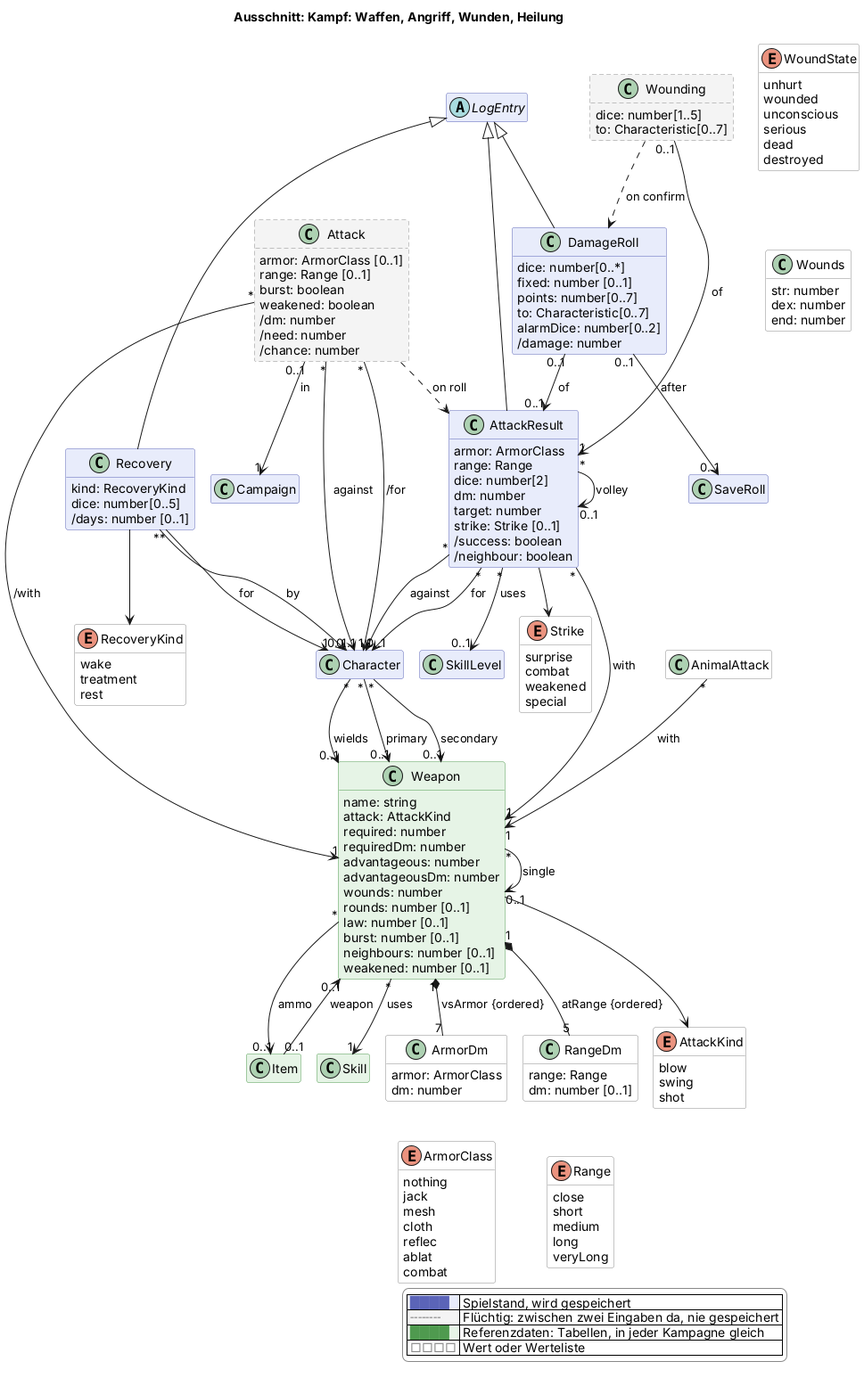
Earlier version of the PlantUML export docs/views/kampf.png (scuzzar/SRE). The source it was exported from:
```plantuml
@startuml
!if %not(%variable_exists("$change"))
!$change = "*"
!endif
!function $marked($c)
!return $change == "*" || $change == $c
!endfunction
!function $new($c, $t)
!if $marked($c)
!return "<color:#d0021b><b>" + $t + "</b></color>"
!endif
!return $t
!endfunction
!procedure $gone($c, $t)
!if $marked($c)
<color:#d0021b><s>$t</s></color>
!endif
!endprocedure
!function $newClass($c)
!if $marked($c)
!return "#line:d0021b;line.bold"
!endif
!return ""
!endfunction
!function $newArrow($c)
!if $marked($c)
!return "[#d0021b,bold]"
!endif
!return ""
!endfunction
!function $goneArrow($c)
!if $marked($c)
!return "[#d0021b,dashed]"
!endif
!return ""
!endfunction
!pragma layout smetana
title Ausschnitt: Kampf: Waffen, Angriff, Wunden, Heilung
hide empty members
hide methods
skinparam classAttributeIconSize 0
skinparam shadowing false
skinparam packageStyle rectangle
skinparam class {
  BackgroundColor #e8ecfb
  BorderColor #5b64b8
  BackgroundColor<<transient>> #f4f4f4
  BorderColor<<transient>> #8a8a8a
  BackgroundColor<<reference>> #e6f4e6
  BorderColor<<reference>> #4f9a4f
  BackgroundColor<<value>> #ffffff
  BorderColor<<value>> #8a8a8a
}
skinparam legendBackgroundColor #ffffff
skinparam legendBorderColor #8a8a8a
<style>
classDiagram {
  class {
    .transient {
      LineStyle 5-3
    }
  }
}
</style>
hide <<transient>> stereotype
hide <<reference>> stereotype
hide <<value>> stereotype

  class Campaign $kampagne
  class Character $charakter
  class SkillLevel $charakter



  abstract class LogEntry $probe
  class SaveRoll $begegnung


  class Attack <<transient>> $kampf {
    armor: ArmorClass [0..1]
    range: Range [0..1]
    burst: boolean
    weakened: boolean
    /dm: number
    /need: number
    /chance: number
  }
  class AttackResult $kampf {
    armor: ArmorClass
    range: Range
    dice: number[2]
    dm: number
    target: number
    strike: Strike [0..1]
    /success: boolean
    /neighbour: boolean
  }
  enum Strike <<value>> $kampf {
    surprise
    combat
    weakened
    special
  }
  class Recovery $kampf {
    kind: RecoveryKind
    dice: number[0..5]
    /days: number [0..1]
  }
  enum RecoveryKind <<value>> $kampf {
    wake
    treatment
    rest
  }
  class DamageRoll $kampf {
    dice: number[0..*]
    fixed: number [0..1]
    points: number[0..7]
    to: Characteristic[0..7]
    alarmDice: number[0..2]
    /damage: number
  }
  class Wounding <<transient>> $kampf {
    dice: number[1..5]
    to: Characteristic[0..7]
  }
  class Wounds <<value>> $kampf {
    str: number
    dex: number
    end: number
  }
  enum WoundState <<value>> $kampf {
    unhurt
    wounded
    unconscious
    serious
    dead
    destroyed
  }
  class AnimalAttack <<value>> $begegnung

  class Skill <<reference>> $charakter
  class Item <<reference>> $shop
  class Weapon <<reference>> $kampf {
    name: string
    attack: AttackKind
    required: number
    requiredDm: number
    advantageous: number
    advantageousDm: number
    wounds: number
    rounds: number [0..1]
    law: number [0..1]
    burst: number [0..1]
    neighbours: number [0..1]
    weakened: number [0..1]
  }
  class ArmorDm <<value>> $kampf {
    armor: ArmorClass
    dm: number
  }
  class RangeDm <<value>> $kampf {
    range: Range
    dm: number [0..1]
  }
  enum AttackKind <<value>> $kampf {
    blow
    swing
    shot
  }
  enum ArmorClass <<value>> $kampf {
    nothing
    jack
    mesh
    cloth
    reflec
    ablat
    combat
  }
  enum Range <<value>> $kampf {
    close
    short
    medium
    long
    veryLong
  }






Item "0..1" --> "0..1" Weapon : weapon
Character "*" --> "0..1" Weapon : wields
Character "*" --> "0..1" Weapon : primary
Character "*" --> "0..1" Weapon : secondary

Weapon "*" --> "1" Skill : uses
Weapon "*" --> "0..1" Item : ammo
Weapon "*" --> "0..1" Weapon : single
Weapon --> AttackKind
Weapon "1" *-- "7" ArmorDm : vsArmor {ordered}
Weapon "1" *-- "5" RangeDm : atRange {ordered}
ArmorDm -[hidden]- ArmorClass
RangeDm -[hidden]- Range

LogEntry <|-- AttackResult
LogEntry <|-- DamageRoll
LogEntry <|-- Recovery
Recovery "*" --> "1" Character : for
Recovery "*" --> "0..1" Character : by
Recovery --> RecoveryKind


Attack "0..1" --> "1" Campaign : in
Attack "*" --> "1" Character : /for
Attack "*" --> "0..1" Character : against
Attack "*" --> "1" Weapon : /with
Attack ..> AttackResult : on roll
AttackResult "*" --> "1" Character : for
AttackResult "*" --> "0..1" Character : against
AttackResult "*" --> "1" Weapon : with
AttackResult "*" --> "0..1" SkillLevel : uses
AttackResult "*" --> "0..1" AttackResult : volley
AttackResult --> Strike
DamageRoll "0..1" --> "0..1" AttackResult : of
Wounding "0..1" --> "1" AttackResult : of
Wounding ..> DamageRoll : on confirm

DamageRoll "0..1" --> "0..1" SaveRoll : after
AnimalAttack "*" --> "1" Weapon : with
WoundState -[hidden]- Wounds



legend right
  |<#e8ecfb> <color:#5b64b8>████</color> | Spielstand, wird gespeichert |
  |<#f4f4f4> <color:#8a8a8a>╌╌╌╌</color> | Flüchtig: zwischen zwei Eingaben da, nie gespeichert |
  |<#e6f4e6> <color:#4f9a4f>████</color> | Referenzdaten: Tabellen, in jeder Kampagne gleich |
  |<#ffffff> <color:#8a8a8a>□□□□</color> | Wert oder Werteliste |
endlegend
@enduml
```
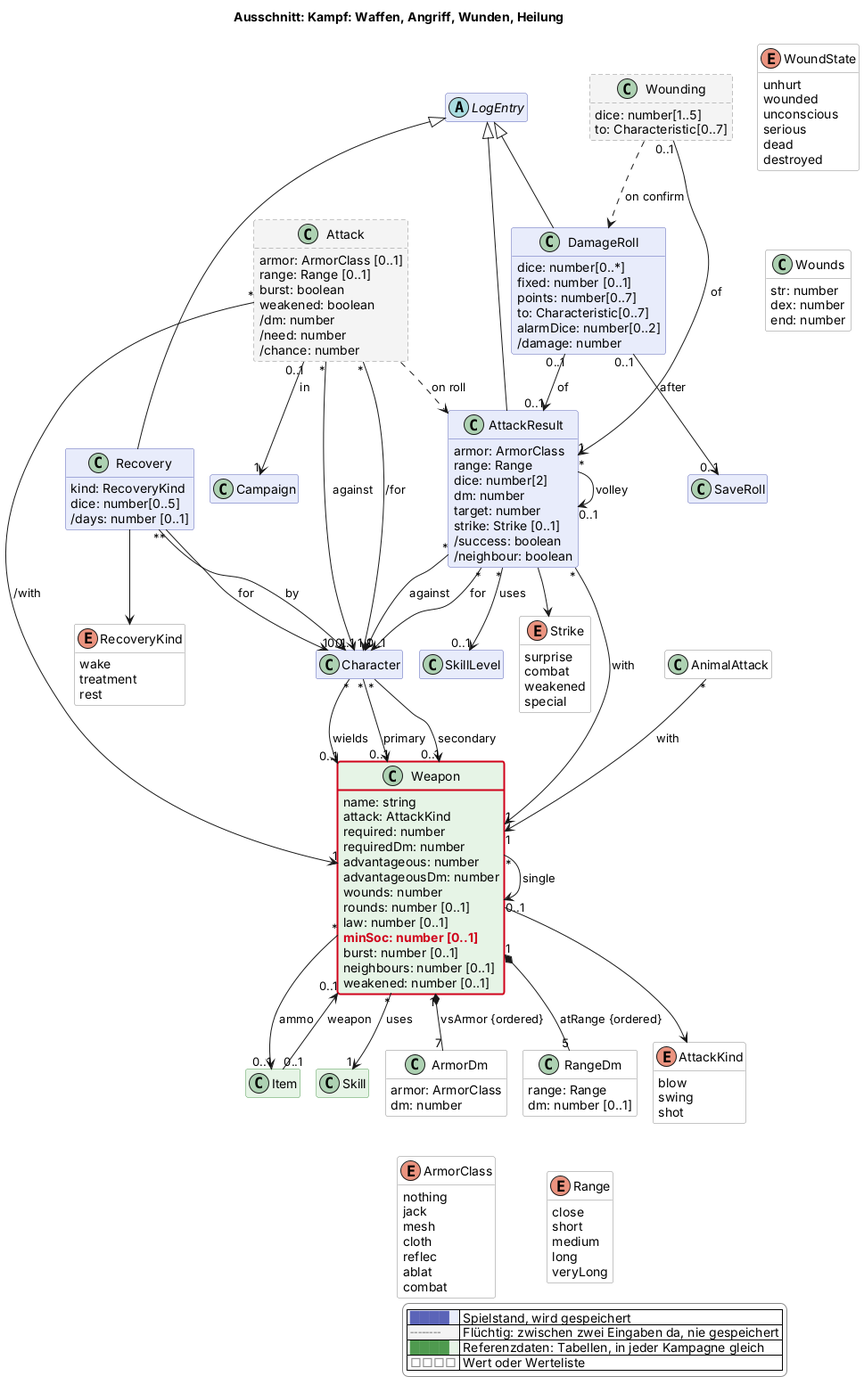
Above is the later version.

Change to the diagram source:
```diff
@@ -150,6 +150,7 @@
     wounds: number
     rounds: number [0..1]
     law: number [0..1]
+    $new("2026-11-14c", "minSoc: number [0..1]")
     burst: number [0..1]
     neighbours: number [0..1]
     weakened: number [0..1]
@@ -238,4 +239,5 @@
   |<#e6f4e6> <color:#4f9a4f>████</color> | Referenzdaten: Tabellen, in jeder Kampagne gleich |
   |<#ffffff> <color:#8a8a8a>□□□□</color> | Wert oder Werteliste |
 endlegend
+class Weapon #line:d0021b;line.bold
 @enduml
```
